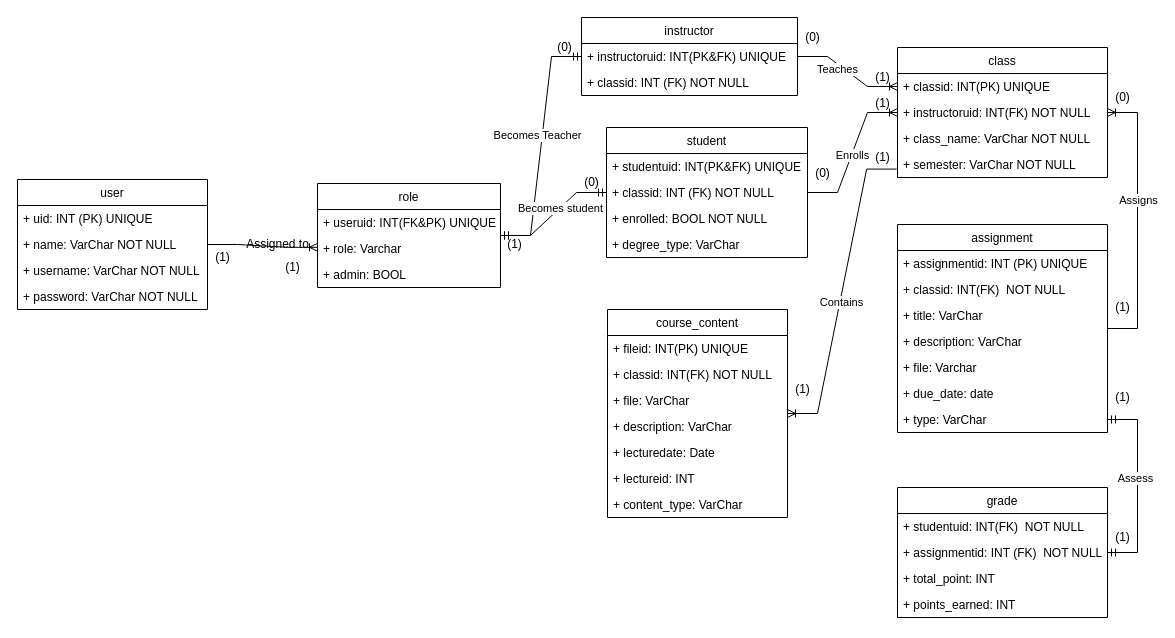
The draw.io diagram logicalDiagram.drawio in CS480UIC/cs480-final-project-class_information, before the edit. Source tidied: cells renumbered, new cells numbered last; positions are measured from the earlier drawing's top-left corner, leaving out a move shared by most shapes. Both pictures are drawn from the tidied source at 100%, with x=0, y=0 at pixel (17, 17).
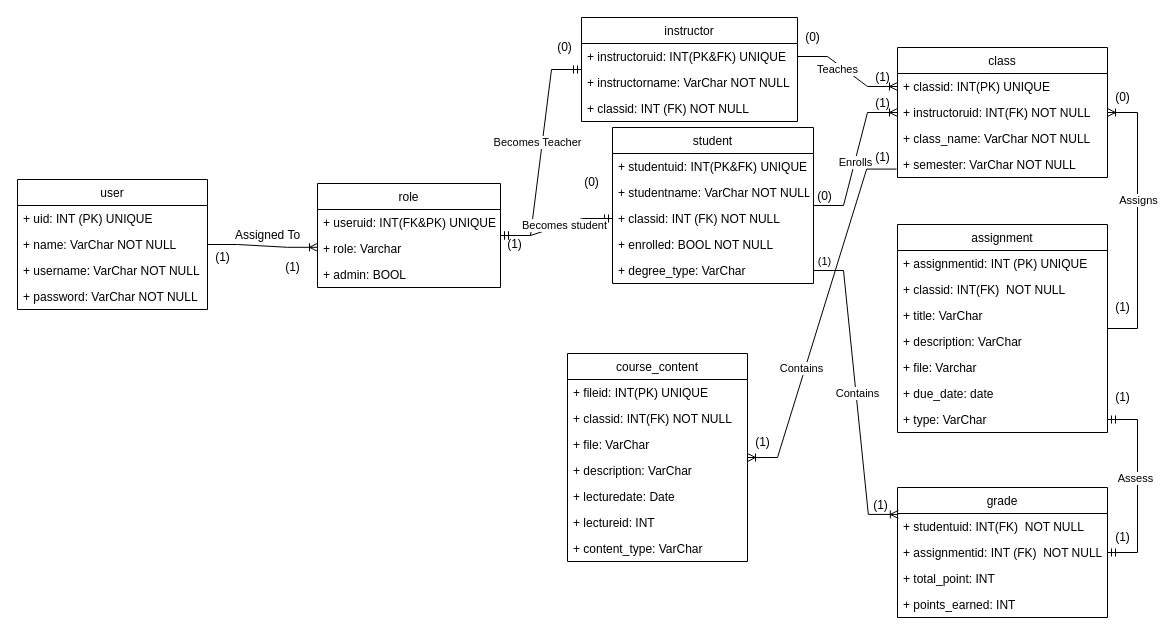
The same page after the edit.

The change refers to these unchanged cells:
```xml
<mxCell id="2" value="user" style="swimlane;fontStyle=0;horizontal=1;startSize=26;fillColor=none;" parent="1" vertex="1">
  <mxGeometry y="162" width="190" height="130" as="geometry" />
</mxCell>
<mxCell id="33" value="+ studentuid: INT(FK)  NOT NULL" style="text;strokeColor=none;fillColor=none;align=left;verticalAlign=top;spacingLeft=4;spacingRight=4;overflow=hidden;points=[[0,0.5],[1,0.5]];portConstraint=eastwest;" parent="32" vertex="1">
  <mxGeometry y="26" width="210" height="26" as="geometry" />
</mxCell>
<mxCell id="55" style="edgeStyle=entityRelationEdgeStyle;fontSize=12;html=1;endArrow=ERoneToMany;rounded=0;exitX=-0.004;exitY=0.676;exitDx=0;exitDy=0;exitPerimeter=0;" parent="1" edge="1" source="20" target="37">
  <mxGeometry relative="1" as="geometry" />
</mxCell>
```

The edit, as a diff of the source:
```diff
@@
     <mxCell id="11" value="student" style="swimlane;fontStyle=0;horizontal=1;startSize=26;fillColor=none;" parent="1" vertex="1">
-      <mxGeometry x="589" y="110" width="201" height="130" as="geometry" />
+      <mxGeometry x="595" y="110" width="201" height="156" as="geometry" />
     </mxCell>
@@
+    <mxCell id="76" value="+ studentname: VarChar NOT NULL" style="text;strokeColor=none;fillColor=none;align=left;verticalAlign=top;spacingLeft=4;spacingRight=4;overflow=hidden;" parent="11" vertex="1">
+      <mxGeometry y="52" width="201" height="26" as="geometry" />
+    </mxCell>
     <mxCell id="13" value="+ classid: INT (FK) NOT NULL&#10; " style="text;strokeColor=none;fillColor=none;align=left;verticalAlign=top;spacingLeft=4;spacingRight=4;overflow=hidden;points=[[0,0.5],[1,0.5]];portConstraint=eastwest;" parent="11" vertex="1">
-      <mxGeometry y="52" width="201" height="26" as="geometry" />
+      <mxGeometry y="78" width="201" height="26" as="geometry" />
     </mxCell>
     <mxCell id="14" value="+ enrolled: BOOL NOT NULL" style="text;strokeColor=none;fillColor=none;align=left;verticalAlign=top;spacingLeft=4;spacingRight=4;overflow=hidden;" parent="11" vertex="1">
-      <mxGeometry y="78" width="201" height="26" as="geometry" />
+      <mxGeometry y="104" width="201" height="26" as="geometry" />
     </mxCell>
     <mxCell id="15" value="+ degree_type: VarChar" style="text;strokeColor=none;fillColor=none;align=left;verticalAlign=top;spacingLeft=4;spacingRight=4;overflow=hidden;points=[[0,0.5],[1,0.5]];portConstraint=eastwest;" parent="11" vertex="1">
-      <mxGeometry y="104" width="201" height="26" as="geometry" />
+      <mxGeometry y="130" width="201" height="26" as="geometry" />
     </mxCell>
@@
     <mxCell id="21" value="instructor" style="swimlane;fontStyle=0;horizontal=1;startSize=26;fillColor=none;" parent="1" vertex="1">
-      <mxGeometry x="564" width="216" height="78" as="geometry" />
+      <mxGeometry x="564" width="216" height="104" as="geometry" />
     </mxCell>
@@
+    <mxCell id="77" value="+ instructorname: VarChar NOT NULL&#10;" style="text;strokeColor=none;fillColor=none;align=left;verticalAlign=top;spacingLeft=4;spacingRight=4;overflow=hidden;" parent="21" vertex="1">
+      <mxGeometry y="52" width="216" height="26" as="geometry" />
+    </mxCell>
     <mxCell id="23" value="+ classid: INT (FK) NOT NULL" style="text;strokeColor=none;fillColor=none;align=left;verticalAlign=top;spacingLeft=4;spacingRight=4;overflow=hidden;" parent="21" vertex="1">
-      <mxGeometry y="52" width="216" height="26" as="geometry" />
+      <mxGeometry y="78" width="216" height="26" as="geometry" />
     </mxCell>
@@
     <mxCell id="37" value="course_content" style="swimlane;fontStyle=0;horizontal=1;startSize=26;fillColor=none;" parent="1" vertex="1">
-      <mxGeometry x="590" y="292" width="180" height="208" as="geometry" />
+      <mxGeometry x="550" y="336" width="180" height="208" as="geometry" />
     </mxCell>
@@
-    <mxCell id="45" style="edgeStyle=entityRelationEdgeStyle;fontSize=12;html=1;endArrow=ERoneToMany;rounded=0;entryX=1;entryY=0.64;entryDx=0;entryDy=0;entryPerimeter=0;" parent="1" edge="1" source="2" target="46">
-      <mxGeometry relative="1" as="geometry" />
+    <mxCell id="45" style="edgeStyle=entityRelationEdgeStyle;fontSize=12;html=1;endArrow=ERoneToMany;rounded=0;entryX=1;entryY=0.64;entryDx=0;entryDy=0;entryPerimeter=0;" parent="1" edge="1" source="2">
+      <mxGeometry relative="1" as="geometry">
+        <mxPoint x="300" y="229.8" as="targetPoint" />
+      </mxGeometry>
     </mxCell>
-    <mxCell id="46" value="Assigned to" style="text;html=1;align=center;verticalAlign=middle;points=[];strokeColor=none;fillColor=none;" parent="1" vertex="1">
-      <mxGeometry x="220" y="217" width="80" height="20" as="geometry" />
-    </mxCell>
@@
     <mxCell id="56" value="Contains" style="edgeLabel;html=1;align=center;verticalAlign=middle;" parent="55" vertex="1">
-      <mxGeometry x="0.07" y="1" relative="1" as="geometry" />
+      <mxGeometry x="0.07" y="1" relative="1" as="geometry">
+        <mxPoint x="-18" y="42" as="offset" />
+      </mxGeometry>
     </mxCell>
@@
     <mxCell id="70" value="(1)" style="text;html=1;align=center;verticalAlign=middle;strokeColor=none;fillColor=none;" parent="1" vertex="1">
-      <mxGeometry x="770" y="362" width="30" height="20" as="geometry" />
+      <mxGeometry x="730" y="415" width="30" height="20" as="geometry" />
     </mxCell>
@@
     <mxCell id="74" value="(0)" style="text;html=1;align=center;verticalAlign=middle;strokeColor=none;fillColor=none;" parent="1" vertex="1">
-      <mxGeometry x="790" y="146" width="30" height="20" as="geometry" />
+      <mxGeometry x="792" y="169" width="30" height="20" as="geometry" />
     </mxCell>
@@
+    <mxCell id="78" style="edgeStyle=entityRelationEdgeStyle;fontSize=12;html=1;endArrow=ERoneToMany;rounded=0;exitX=1;exitY=0.5;exitDx=0;exitDy=0;entryX=0.004;entryY=0.035;entryDx=0;entryDy=0;entryPerimeter=0;" parent="1" edge="1" source="15" target="33">
+      <mxGeometry relative="1" as="geometry" />
+    </mxCell>
+    <mxCell id="79" value="Contains" style="edgeLabel;html=1;align=center;verticalAlign=middle;" parent="78" vertex="1">
+      <mxGeometry y="1" relative="1" as="geometry" />
+    </mxCell>
+    <mxCell id="80" value="(1)" style="edgeLabel;html=1;align=center;verticalAlign=middle;" parent="78" vertex="1">
+      <mxGeometry x="-0.91" y="10" relative="1" as="geometry">
+        <mxPoint x="-4" as="offset" />
+      </mxGeometry>
+    </mxCell>
+    <mxCell id="81" value="(1)" style="text;html=1;align=center;verticalAlign=middle;strokeColor=none;fillColor=none;" parent="1" vertex="1">
+      <mxGeometry x="848" y="478" width="30" height="20" as="geometry" />
+    </mxCell>
+    <mxCell id="82" value="Assigned To" style="text;html=1;align=center;verticalAlign=middle;strokeColor=none;fillColor=none;" parent="1" vertex="1">
+      <mxGeometry x="210" y="208" width="80" height="20" as="geometry" />
+    </mxCell>
```
